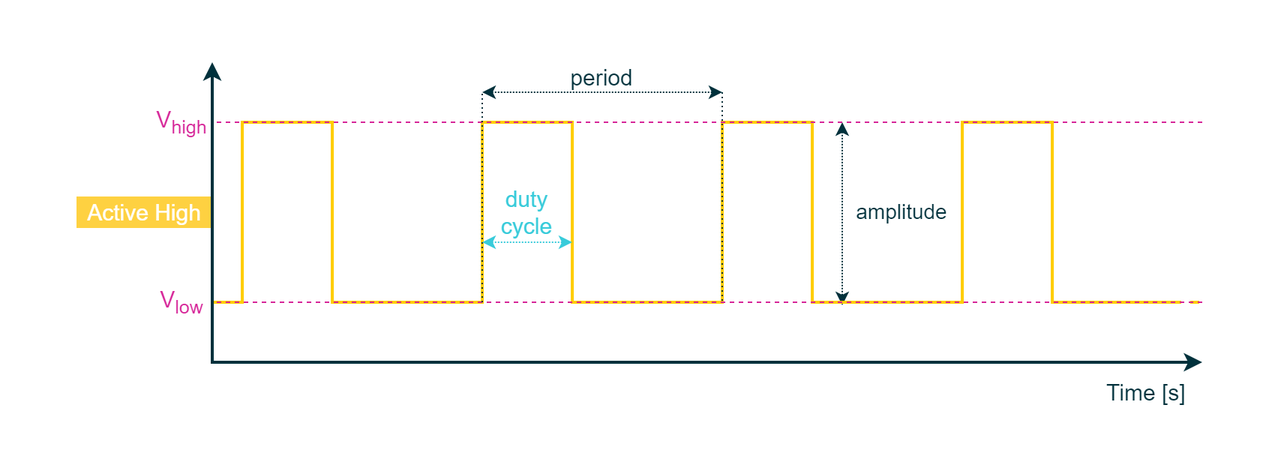
Earlier version of the draw.io export draw.io/PE Articles/General knowledge/Fundamentals/PWM 101 from Duty Cycle to Motor Control/Pulse wave details (PE).png (PLAY-Embedded/pe_assets). Source tidied: cells renumbered, new cells last; positions are measured from the earlier drawing's top-left corner, leaving out a move shared by most shapes.
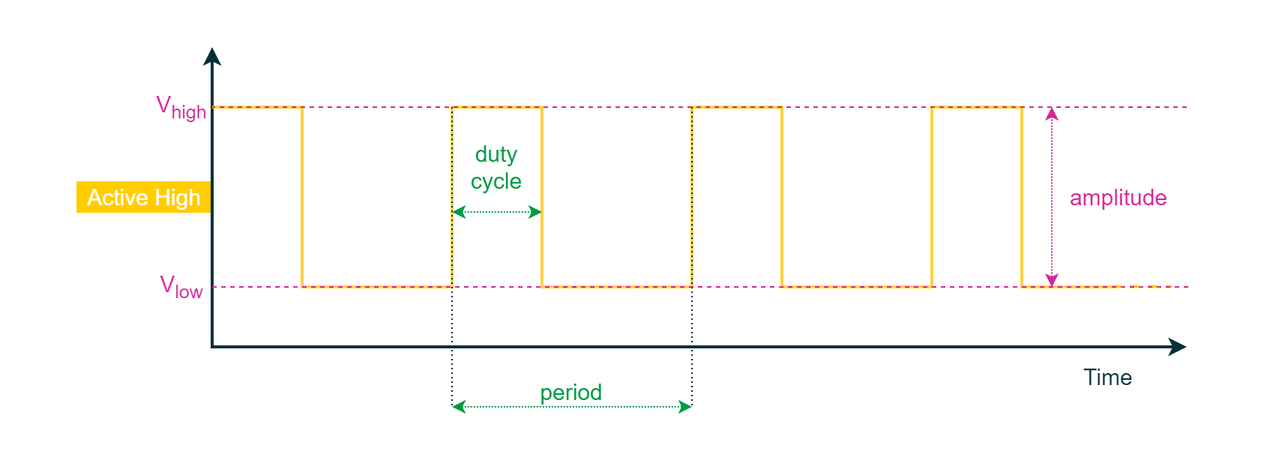
Above is the later version.

The edit, as a diff of the source:
```diff
@@ -2,116 +2,108 @@
   <root>
     <mxCell id="0" />
     <mxCell id="1" parent="0" />
-    <mxCell id="2" style="rounded=0;whiteSpace=wrap;html=1;strokeColor=#00313C;strokeWidth=2;fontFamily=Arial;fontSize=20;fontColor=#FFFFFF;fillColor=#00313C;opacity=0;" parent="1" vertex="1">
-      <mxGeometry width="840" height="310" as="geometry" />
-    </mxCell>
-    <mxCell id="3" value="&lt;font color=&quot;#00313c&quot; style=&quot;font-size: 15px;&quot;&gt;Time [s]&amp;nbsp;&lt;/font&gt;" style="rounded=0;whiteSpace=wrap;html=1;strokeColor=none;strokeWidth=1;fillColor=none;fontFamily=Arial;fontSize=12;fontColor=#000000;align=center;" parent="1" vertex="1">
-      <mxGeometry x="730" y="250" width="70" height="20" as="geometry" />
-    </mxCell>
-    <mxCell id="4" style="endArrow=none;dashed=1;html=1;labelBackgroundColor=none;strokeColor=#FFCD00;strokeWidth=2;fillColor=#FFCD00;fontFamily=Arial;fontSize=11;fontColor=#8637BA;" parent="1" edge="1">
-      <mxGeometry relative="1" as="geometry">
-        <mxPoint x="780" y="200" as="sourcePoint" />
-        <mxPoint x="800" y="200" as="targetPoint" />
-      </mxGeometry>
-    </mxCell>
-    <mxCell id="5" style="endArrow=classic;startArrow=classic;html=1;labelBackgroundColor=none;strokeColor=#00313C;strokeWidth=1;fillColor=#00313C;fontFamily=Arial;fontSize=8;fontColor=#0067B9;dashed=1;dashPattern=1 1;" parent="1" edge="1">
-      <mxGeometry relative="1" as="geometry">
-        <mxPoint x="320" y="60" as="sourcePoint" />
-        <mxPoint x="480" y="60" as="targetPoint" />
-      </mxGeometry>
-    </mxCell>
+    <mxCell id="21" style="rounded=0;whiteSpace=wrap;html=1;strokeColor=#00313C;strokeWidth=2;fontFamily=Arial;fontSize=20;fontColor=#FFFFFF;fillColor=#00313C;opacity=0;" parent="1" vertex="1">
+      <mxGeometry x="20" y="-30" width="840" height="300" as="geometry" />
+    </mxCell>
+    <mxCell id="18" value="&lt;span style=&quot;font-size: 15px;&quot;&gt;Active High&lt;/span&gt;" style="rounded=0;whiteSpace=wrap;html=1;fillColor=#FFCD00;strokeColor=#FFCD00;fontColor=#FFFFFF;fontSize=10;" parent="1" vertex="1">
+      <mxGeometry x="70" y="90" width="90" height="20" as="geometry" />
+    </mxCell>
+    <mxCell id="22" style="endArrow=classic;html=1;strokeWidth=2;startArrow=classic;startFill=1;rounded=0;fontFamily=Arial;fillColor=#00313C;strokeColor=#00313C;" parent="1" edge="1">
+      <mxGeometry relative="1" as="geometry">
+        <mxPoint x="810" y="200" as="sourcePoint" />
+        <mxPoint x="160" as="targetPoint" />
+        <Array as="points">
+          <mxPoint x="160" y="200" />
+        </Array>
+      </mxGeometry>
+    </mxCell>
+    <mxCell id="23" value="&lt;font color=&quot;#00313c&quot; style=&quot;font-size: 15px;&quot;&gt;Time&amp;nbsp;&lt;/font&gt;" style="rounded=0;whiteSpace=wrap;html=1;strokeColor=none;strokeWidth=1;fillColor=none;fontFamily=Arial;fontSize=12;fontColor=#000000;align=center;" parent="1" vertex="1">
+      <mxGeometry x="720" y="210" width="80" height="20" as="geometry" />
+    </mxCell>
+    <mxCell id="24" style="endArrow=none;dashed=1;html=1;labelBackgroundColor=none;strokeColor=#FFCD00;strokeWidth=2;fillColor=#FFCD00;fontFamily=Arial;fontSize=11;fontColor=#8637BA;" parent="1" edge="1">
+      <mxGeometry relative="1" as="geometry">
+        <mxPoint x="760" y="159.8" as="sourcePoint" />
+        <mxPoint x="800" y="159.8" as="targetPoint" />
+      </mxGeometry>
+    </mxCell>
+    <mxCell id="25" style="endArrow=none;html=1;rounded=0;strokeColor=#FED141;strokeWidth=2;fontFamily=Arial;fontSize=20;fontColor=#931241;fillColor=#FED141;exitX=1;exitY=0.5;exitDx=0;exitDy=0;" parent="1" edge="1" source="8">
+      <mxGeometry relative="1" as="geometry">
+        <mxPoint x="760" y="160" as="targetPoint" />
+        <Array as="points">
+          <mxPoint x="160" y="40" />
+          <mxPoint x="170" y="40" />
+          <mxPoint x="190" y="40" />
+          <mxPoint x="220" y="40" />
+          <mxPoint x="220" y="160" />
+          <mxPoint x="320" y="160" />
+          <mxPoint x="320" y="40" />
+          <mxPoint x="380" y="40" />
+          <mxPoint x="380" y="160" />
+          <mxPoint x="480" y="160" />
+          <mxPoint x="480" y="40" />
+          <mxPoint x="540" y="40" />
+          <mxPoint x="540" y="160" />
+          <mxPoint x="640" y="160" />
+          <mxPoint x="640" y="40" />
+          <mxPoint x="700" y="40" />
+          <mxPoint x="700" y="160" />
+        </Array>
+      </mxGeometry>
+    </mxCell>
+    <mxCell id="26" style="endArrow=none;dashed=1;html=1;dashPattern=1 2;labelBackgroundColor=none;strokeColor=#00313C;strokeWidth=1;fillColor=#00313C;fontFamily=Arial;fontSize=10;fontColor=#0067B9;entryX=0;entryY=1;entryDx=0;entryDy=0;" parent="1" edge="1" target="6">
+      <mxGeometry relative="1" as="geometry">
+        <mxPoint x="320" y="40" as="sourcePoint" />
+      </mxGeometry>
+    </mxCell>
+    <mxCell id="27" style="endArrow=none;dashed=1;html=1;dashPattern=1 2;labelBackgroundColor=none;strokeColor=#00313C;strokeWidth=1;fillColor=#00313C;fontFamily=Arial;fontSize=10;fontColor=#0067B9;entryX=1;entryY=1;entryDx=0;entryDy=0;" parent="1" edge="1" target="6">
+      <mxGeometry relative="1" as="geometry">
+        <mxPoint x="480" y="40" as="sourcePoint" />
+      </mxGeometry>
+    </mxCell>
+    <mxCell id="28" style="endArrow=classic;startArrow=classic;html=1;labelBackgroundColor=none;strokeColor=#009A44;strokeWidth=1;fillColor=#009A44;fontFamily=Arial;fontSize=8;fontColor=#0067B9;dashed=1;dashPattern=1 1;" parent="1" edge="1">
+      <mxGeometry relative="1" as="geometry">
+        <mxPoint x="320" y="240" as="sourcePoint" />
+        <mxPoint x="480" y="240" as="targetPoint" />
+      </mxGeometry>
+    </mxCell>
-    <mxCell id="6" value="&lt;font color=&quot;#00313c&quot; style=&quot;font-size: 15px;&quot;&gt;period&lt;/font&gt;" style="rounded=0;whiteSpace=wrap;html=1;strokeColor=none;strokeWidth=1;fillColor=none;fontFamily=Arial;fontSize=8;fontColor=#4DB182;align=center;" parent="1" vertex="1">
-      <mxGeometry x="320" y="40" width="160" height="20" as="geometry" />
+    <mxCell id="6" value="&lt;font color=&quot;#009a44&quot; style=&quot;font-size: 15px;&quot;&gt;period&lt;/font&gt;" style="rounded=0;whiteSpace=wrap;html=1;strokeColor=none;strokeWidth=1;fillColor=none;fontFamily=Arial;fontSize=8;fontColor=#4DB182;align=center;" parent="1" vertex="1">
+      <mxGeometry x="320" y="220" width="160" height="20" as="geometry" />
     </mxCell>
-    <mxCell id="7" style="endArrow=none;dashed=1;html=1;dashPattern=1 2;labelBackgroundColor=none;strokeColor=#00313C;strokeWidth=1;fillColor=#00313C;fontFamily=Arial;fontSize=10;fontColor=#0067B9;" parent="1" edge="1">
-      <mxGeometry relative="1" as="geometry">
-        <mxPoint x="320" y="200" as="sourcePoint" />
-        <mxPoint x="320" y="100" as="targetPoint" />
-      </mxGeometry>
-    </mxCell>
+    <mxCell id="29" style="endArrow=classic;startArrow=classic;html=1;labelBackgroundColor=none;strokeColor=#009A44;strokeWidth=1;fillColor=#009A44;fontFamily=Arial;fontSize=8;fontColor=#0067B9;dashed=1;dashPattern=1 1;" parent="1" edge="1">
+      <mxGeometry relative="1" as="geometry">
+        <mxPoint x="320" y="110" as="sourcePoint" />
+        <mxPoint x="380" y="110" as="targetPoint" />
+      </mxGeometry>
+    </mxCell>
+    <mxCell id="17" value="&lt;font color=&quot;#009a44&quot; style=&quot;font-size: 15px;&quot;&gt;duty&lt;br&gt;cycle&lt;br&gt;&lt;/font&gt;" style="rounded=0;whiteSpace=wrap;html=1;strokeColor=none;strokeWidth=1;fillColor=none;fontFamily=Arial;fontSize=8;fontColor=#4DB182;align=center;" parent="1" vertex="1">
+      <mxGeometry x="320" y="60" width="60" height="40" as="geometry" />
+    </mxCell>
     <mxCell id="8" value="&lt;span style=&quot;font-size: 15px;&quot;&gt;&lt;font color=&quot;#d62598&quot;&gt;V&lt;sub style=&quot;&quot;&gt;high&lt;/sub&gt;&lt;/font&gt;&lt;/span&gt;" style="rounded=0;whiteSpace=wrap;html=1;strokeColor=none;strokeWidth=1;fillColor=none;fontFamily=Arial;fontSize=8;fontColor=#4DB182;align=center;" parent="1" vertex="1">
-      <mxGeometry x="100" y="70" width="40" height="20" as="geometry" />
+      <mxGeometry x="120" y="30" width="40" height="20" as="geometry" />
     </mxCell>
+    <mxCell id="30" style="endArrow=none;html=1;strokeWidth=1;rounded=0;strokeColor=#D62598;fontFamily=Arial;fontSize=20;fontColor=#101820;fillColor=#D62598;dashed=1;" parent="1" edge="1">
+      <mxGeometry relative="1" as="geometry">
+        <mxPoint x="810" y="40" as="sourcePoint" />
+        <mxPoint x="160" y="40" as="targetPoint" />
+      </mxGeometry>
+    </mxCell>
+    <mxCell id="31" style="endArrow=classic;startArrow=classic;html=1;labelBackgroundColor=none;strokeColor=#D62598;strokeWidth=1;fillColor=#D62598;fontFamily=Arial;fontSize=8;fontColor=#0067B9;dashed=1;dashPattern=1 1;" parent="1" edge="1">
+      <mxGeometry relative="1" as="geometry">
+        <mxPoint x="720" y="39.8" as="sourcePoint" />
+        <mxPoint x="720" y="160.2" as="targetPoint" />
+      </mxGeometry>
+    </mxCell>
     <mxCell id="9" value="&lt;span style=&quot;font-size: 15px;&quot;&gt;&lt;font color=&quot;#d62598&quot;&gt;V&lt;sub style=&quot;&quot;&gt;low&lt;/sub&gt;&lt;/font&gt;&lt;/span&gt;" style="rounded=0;whiteSpace=wrap;html=1;strokeColor=none;strokeWidth=1;fillColor=none;fontFamily=Arial;fontSize=8;fontColor=#4DB182;align=center;" parent="1" vertex="1">
-      <mxGeometry x="100" y="190" width="40" height="20" as="geometry" />
+      <mxGeometry x="120" y="150" width="40" height="20" as="geometry" />
     </mxCell>
-    <mxCell id="10" style="endArrow=classic;startArrow=classic;html=1;rounded=1;strokeColor=#00313C;strokeWidth=1;fontFamily=Arial;fontSize=8;fontColor=#0067B9;fillColor=#00313C;labelBackgroundColor=none;dashed=1;dashPattern=1 1;" parent="1" edge="1">
-      <mxGeometry relative="1" as="geometry">
-        <mxPoint x="560" y="80" as="sourcePoint" />
-        <mxPoint x="560" y="202" as="targetPoint" />
-      </mxGeometry>
-    </mxCell>
+    <mxCell id="32" style="endArrow=none;html=1;strokeWidth=1;rounded=0;strokeColor=#D62598;fontFamily=Arial;fontSize=20;fontColor=#101820;fillColor=#D62598;dashed=1;" parent="1" edge="1">
+      <mxGeometry relative="1" as="geometry">
+        <mxPoint x="811" y="160" as="sourcePoint" />
+        <mxPoint x="160" y="160" as="targetPoint" />
+      </mxGeometry>
+    </mxCell>
-    <mxCell id="11" value="&lt;font color=&quot;#00313c&quot; style=&quot;font-size: 14px;&quot;&gt;amplitude&lt;/font&gt;" style="rounded=0;whiteSpace=wrap;html=1;strokeColor=none;strokeWidth=1;fillColor=none;fontFamily=Arial;fontSize=8;fontColor=#4DB182;align=center;" parent="1" vertex="1">
-      <mxGeometry x="560" y="80" width="80" height="120" as="geometry" />
+    <mxCell id="11" value="&lt;font style=&quot;font-size: 15px;&quot;&gt;&lt;font color=&quot;#d62598&quot;&gt;amplitude&lt;/font&gt;&lt;br&gt;&lt;/font&gt;" style="rounded=0;whiteSpace=wrap;html=1;strokeColor=none;strokeWidth=1;fillColor=none;fontFamily=Arial;fontSize=8;fontColor=#4DB182;align=center;" parent="1" vertex="1">
+      <mxGeometry x="720" y="60" width="90" height="80" as="geometry" />
     </mxCell>
-    <mxCell id="12" style="endArrow=none;html=1;rounded=0;strokeColor=#FFCD00;strokeWidth=2;fontFamily=Arial;fontSize=20;fontColor=#931241;fillColor=#FFCD00;" parent="1" edge="1">
-      <mxGeometry relative="1" as="geometry">
-        <mxPoint x="140" y="200" as="sourcePoint" />
-        <mxPoint x="780" y="200" as="targetPoint" />
-        <Array as="points">
-          <mxPoint x="160" y="200" />
-          <mxPoint x="160" y="80" />
-          <mxPoint x="220" y="80" />
-          <mxPoint x="220" y="200" />
-          <mxPoint x="320" y="200" />
-          <mxPoint x="320" y="80" />
-          <mxPoint x="380" y="80" />
-          <mxPoint x="380" y="200" />
-          <mxPoint x="480" y="200" />
-          <mxPoint x="480" y="80" />
-          <mxPoint x="540" y="80" />
-          <mxPoint x="540" y="200" />
-          <mxPoint x="640" y="200" />
-          <mxPoint x="640" y="80" />
-          <mxPoint x="700" y="80" />
-          <mxPoint x="700" y="200" />
-        </Array>
-      </mxGeometry>
-    </mxCell>
-    <mxCell id="13" style="endArrow=none;html=1;strokeWidth=1;rounded=0;strokeColor=#D62598;fontFamily=Arial;fontSize=20;fontColor=#101820;fillColor=#D62598;dashed=1;" parent="1" edge="1">
-      <mxGeometry relative="1" as="geometry">
-        <mxPoint x="800" y="80" as="sourcePoint" />
-        <mxPoint x="140" y="80" as="targetPoint" />
-      </mxGeometry>
-    </mxCell>
-    <mxCell id="14" style="endArrow=none;html=1;strokeWidth=1;rounded=0;strokeColor=#D62598;fontFamily=Arial;fontSize=20;fontColor=#101820;fillColor=#D62598;dashed=1;" parent="1" edge="1">
-      <mxGeometry relative="1" as="geometry">
-        <mxPoint x="800" y="200" as="sourcePoint" />
-        <mxPoint x="140" y="200" as="targetPoint" />
-      </mxGeometry>
-    </mxCell>
-    <mxCell id="15" style="endArrow=none;dashed=1;html=1;dashPattern=1 2;labelBackgroundColor=none;strokeColor=#00313C;strokeWidth=1;fillColor=#00313C;fontFamily=Arial;fontSize=10;fontColor=#0067B9;" parent="1" edge="1">
-      <mxGeometry relative="1" as="geometry">
-        <mxPoint x="320" y="200" as="sourcePoint" />
-        <mxPoint x="320" y="60" as="targetPoint" />
-      </mxGeometry>
-    </mxCell>
-    <mxCell id="16" style="endArrow=none;dashed=1;html=1;dashPattern=1 2;labelBackgroundColor=none;strokeColor=#00313C;strokeWidth=1;fillColor=#00313C;fontFamily=Arial;fontSize=10;fontColor=#0067B9;" parent="1" edge="1">
-      <mxGeometry relative="1" as="geometry">
-        <mxPoint x="480" y="199" as="sourcePoint" />
-        <mxPoint x="480" y="60" as="targetPoint" />
-      </mxGeometry>
-    </mxCell>
-    <mxCell id="17" value="&lt;font color=&quot;#38cbda&quot; style=&quot;font-size: 15px;&quot;&gt;duty cycle&lt;/font&gt;" style="rounded=0;whiteSpace=wrap;html=1;strokeColor=none;strokeWidth=1;fillColor=none;fontFamily=Arial;fontSize=8;fontColor=#4DB182;align=center;" parent="1" vertex="1">
-      <mxGeometry x="320" y="125" width="60" height="30" as="geometry" />
-    </mxCell>
-    <mxCell id="18" value="&lt;font style=&quot;font-size: 15px;&quot;&gt;Active High&lt;/font&gt;" style="rounded=0;whiteSpace=wrap;html=1;fillColor=#FED141;strokeColor=#FED141;fontColor=#FFFFFF;fontSize=10;" parent="1" vertex="1">
-      <mxGeometry x="50" y="130" width="90" height="20" as="geometry" />
-    </mxCell>
-    <mxCell id="19" style="endArrow=classic;html=1;strokeWidth=2;startArrow=classic;startFill=1;rounded=0;fontFamily=Arial;fillColor=#00313C;strokeColor=#00313C;" parent="1" edge="1">
-      <mxGeometry relative="1" as="geometry">
-        <mxPoint x="800" y="240" as="sourcePoint" />
-        <mxPoint x="140" y="40" as="targetPoint" />
-        <Array as="points">
-          <mxPoint x="140" y="240" />
-        </Array>
-      </mxGeometry>
-    </mxCell>
-    <mxCell id="20" style="endArrow=classic;startArrow=classic;html=1;labelBackgroundColor=none;strokeColor=#38CBDA;strokeWidth=1;fillColor=#38CBDA;fontFamily=Arial;fontSize=8;fontColor=#0067B9;dashed=1;dashPattern=1 1;" parent="1" edge="1">
-      <mxGeometry relative="1" as="geometry">
-        <mxPoint x="320" y="160" as="sourcePoint" />
-        <mxPoint x="380" y="160" as="targetPoint" />
-      </mxGeometry>
-    </mxCell>
   </root>
 </mxGraphModel>
```
